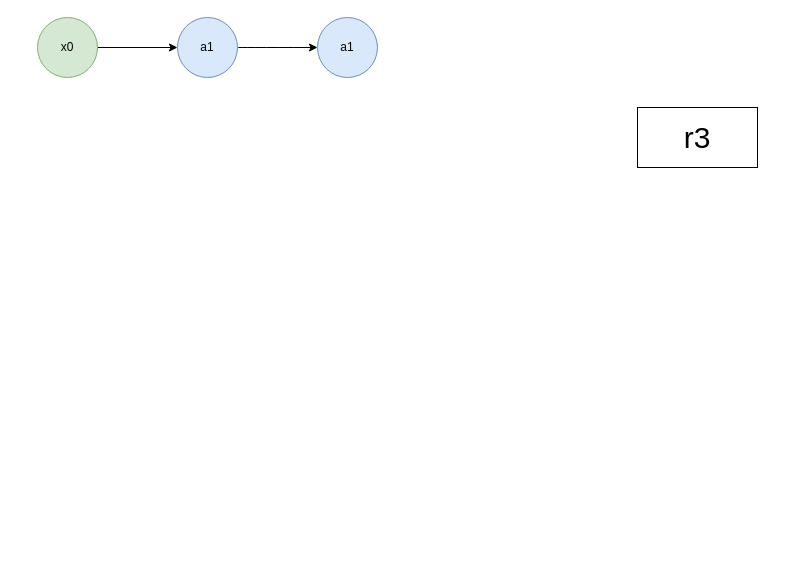
DocAmaroo/M1Aigle keeps this draw.io diagram as page "Page-3" (3 of 3) of HMIN103/td/td2/exo2.drawio. Above is the earlier version. Source tidied: cells renumbered, new cells numbered last; positions are measured from the earlier drawing's top-left corner, leaving out a move shared by most shapes. Both pictures are drawn from the tidied source at 100%, with x=0, y=0 at pixel (37, 17).
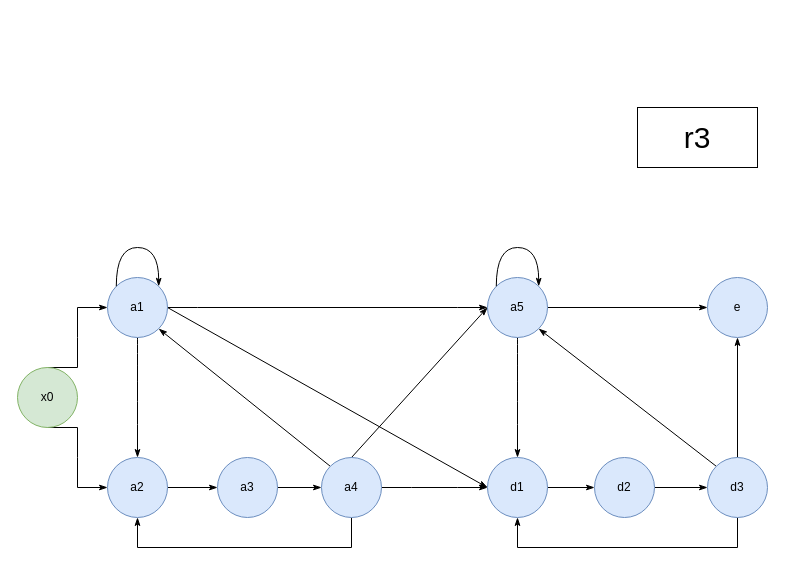
The same diagram, later.

What changed in the source:
```diff
@@
-    <mxCell id="2" style="edgeStyle=orthogonalEdgeStyle;rounded=0;jettySize=auto;html=1;" parent="1" edge="1" source="3" target="5">
-      <mxGeometry relative="1" as="geometry" />
-    </mxCell>
+    <mxCell id="6" value="&lt;font style=&quot;font-size: 30px&quot;&gt;r3&lt;/font&gt;" style="rounded=0;whiteSpace=wrap;html=1;" parent="1" vertex="1">
+      <mxGeometry x="600" y="90" width="120" height="60" as="geometry" />
+    </mxCell>
+    <mxCell id="8" style="edgeStyle=entityRelationEdgeStyle;rounded=0;jettySize=auto;html=1;exitX=0.5;exitY=0;exitDx=0;exitDy=0;entryX=0;entryY=0.5;entryDx=0;entryDy=0;startArrow=none;startFill=0;endArrow=classicThin;endFill=1;" parent="1" edge="1" source="3" target="13">
+      <mxGeometry relative="1" as="geometry" />
+    </mxCell>
+    <mxCell id="9" style="edgeStyle=entityRelationEdgeStyle;rounded=0;jettySize=auto;html=1;entryX=0;entryY=0.5;entryDx=0;entryDy=0;startArrow=none;startFill=0;endArrow=classicThin;endFill=1;exitX=0.5;exitY=1;exitDx=0;exitDy=0;" parent="1" edge="1" source="3" target="15">
+      <mxGeometry relative="1" as="geometry" />
+    </mxCell>
     <mxCell id="3" value="x0" style="ellipse;whiteSpace=wrap;html=1;fillColor=#d5e8d4;strokeColor=#82b366;" parent="1" vertex="1">
-      <mxGeometry width="60" height="60" as="geometry" />
+      <mxGeometry x="-20" y="350" width="60" height="60" as="geometry" />
     </mxCell>
-    <mxCell id="4" style="edgeStyle=orthogonalEdgeStyle;curved=1;rounded=0;jettySize=auto;html=1;" parent="1" edge="1" source="5" target="7">
-      <mxGeometry relative="1" as="geometry" />
-    </mxCell>
-    <mxCell id="5" value="a1" style="ellipse;whiteSpace=wrap;html=1;fillColor=#dae8fc;strokeColor=#6c8ebf;" parent="1" vertex="1">
-      <mxGeometry x="140" width="60" height="60" as="geometry" />
-    </mxCell>
-    <mxCell id="6" value="&lt;font style=&quot;font-size: 30px&quot;&gt;r3&lt;/font&gt;" style="rounded=0;whiteSpace=wrap;html=1;" parent="1" vertex="1">
-      <mxGeometry x="600" y="90" width="120" height="60" as="geometry" />
-    </mxCell>
-    <mxCell id="7" value="a1" style="ellipse;whiteSpace=wrap;html=1;fillColor=#dae8fc;strokeColor=#6c8ebf;" parent="1" vertex="1">
-      <mxGeometry x="280" width="60" height="60" as="geometry" />
-    </mxCell>
+    <mxCell id="10" style="edgeStyle=entityRelationEdgeStyle;rounded=0;jettySize=auto;html=1;exitX=1;exitY=0.5;exitDx=0;exitDy=0;entryX=0;entryY=0.5;entryDx=0;entryDy=0;startArrow=none;startFill=0;endArrow=classicThin;endFill=1;" parent="1" edge="1" source="13" target="25">
+      <mxGeometry relative="1" as="geometry" />
+    </mxCell>
+    <mxCell id="11" style="rounded=0;jettySize=auto;html=1;exitX=1;exitY=0.5;exitDx=0;exitDy=0;entryX=0;entryY=0.5;entryDx=0;entryDy=0;startArrow=none;startFill=0;endArrow=classicThin;endFill=1;" parent="1" edge="1" source="13" target="27">
+      <mxGeometry relative="1" as="geometry" />
+    </mxCell>
+    <mxCell id="12" style="edgeStyle=orthogonalEdgeStyle;curved=1;rounded=0;jettySize=auto;html=1;exitX=0.5;exitY=1;exitDx=0;exitDy=0;entryX=0.5;entryY=0;entryDx=0;entryDy=0;startArrow=none;startFill=0;endArrow=classicThin;endFill=1;" parent="1" edge="1" source="13" target="15">
+      <mxGeometry relative="1" as="geometry" />
+    </mxCell>
+    <mxCell id="13" value="a1" style="ellipse;whiteSpace=wrap;html=1;fillColor=#dae8fc;strokeColor=#6c8ebf;" parent="1" vertex="1">
+      <mxGeometry x="70" y="260" width="60" height="60" as="geometry" />
+    </mxCell>
+    <mxCell id="14" style="edgeStyle=entityRelationEdgeStyle;rounded=0;jettySize=auto;html=1;startArrow=none;startFill=0;endArrow=classicThin;endFill=1;" parent="1" edge="1" source="15" target="17">
+      <mxGeometry relative="1" as="geometry" />
+    </mxCell>
+    <mxCell id="15" value="a2" style="ellipse;whiteSpace=wrap;html=1;fillColor=#dae8fc;strokeColor=#6c8ebf;" parent="1" vertex="1">
+      <mxGeometry x="70" y="440" width="60" height="60" as="geometry" />
+    </mxCell>
+    <mxCell id="16" style="edgeStyle=entityRelationEdgeStyle;rounded=0;jettySize=auto;html=1;startArrow=none;startFill=0;endArrow=classicThin;endFill=1;" parent="1" edge="1" source="17" target="22">
+      <mxGeometry relative="1" as="geometry" />
+    </mxCell>
+    <mxCell id="17" value="a3" style="ellipse;whiteSpace=wrap;html=1;fillColor=#dae8fc;strokeColor=#6c8ebf;" parent="1" vertex="1">
+      <mxGeometry x="180" y="440" width="60" height="60" as="geometry" />
+    </mxCell>
+    <mxCell id="18" style="edgeStyle=entityRelationEdgeStyle;rounded=0;jettySize=auto;html=1;startArrow=none;startFill=0;endArrow=classicThin;endFill=1;" parent="1" edge="1" source="22" target="27">
+      <mxGeometry relative="1" as="geometry" />
+    </mxCell>
+    <mxCell id="19" style="rounded=0;jettySize=auto;html=1;exitX=0.5;exitY=0;exitDx=0;exitDy=0;entryX=0;entryY=0.5;entryDx=0;entryDy=0;startArrow=none;startFill=0;endArrow=classicThin;endFill=1;" parent="1" edge="1" source="22" target="25">
+      <mxGeometry relative="1" as="geometry" />
+    </mxCell>
+    <mxCell id="20" style="edgeStyle=orthogonalEdgeStyle;rounded=0;jettySize=auto;html=1;exitX=0.5;exitY=1;exitDx=0;exitDy=0;entryX=0.5;entryY=1;entryDx=0;entryDy=0;startArrow=none;startFill=0;endArrow=classicThin;endFill=1;" parent="1" edge="1" source="22" target="15">
+      <mxGeometry relative="1" as="geometry">
+        <Array as="points">
+          <mxPoint x="314" y="530" />
+          <mxPoint x="100" y="530" />
+        </Array>
+      </mxGeometry>
+    </mxCell>
+    <mxCell id="21" style="rounded=0;jettySize=auto;html=1;exitX=0;exitY=0;exitDx=0;exitDy=0;entryX=1;entryY=1;entryDx=0;entryDy=0;startArrow=none;startFill=0;endArrow=classicThin;endFill=1;" parent="1" edge="1" source="22" target="13">
+      <mxGeometry relative="1" as="geometry" />
+    </mxCell>
+    <mxCell id="22" value="a4" style="ellipse;whiteSpace=wrap;html=1;fillColor=#dae8fc;strokeColor=#6c8ebf;" parent="1" vertex="1">
+      <mxGeometry x="284" y="440" width="60" height="60" as="geometry" />
+    </mxCell>
+    <mxCell id="23" style="edgeStyle=none;rounded=0;jettySize=auto;html=1;exitX=1;exitY=0.5;exitDx=0;exitDy=0;entryX=0;entryY=0.5;entryDx=0;entryDy=0;startArrow=none;startFill=0;endArrow=classicThin;endFill=1;" parent="1" edge="1" source="25" target="34">
+      <mxGeometry relative="1" as="geometry" />
+    </mxCell>
+    <mxCell id="24" style="edgeStyle=orthogonalEdgeStyle;curved=1;rounded=0;jettySize=auto;html=1;exitX=0.5;exitY=1;exitDx=0;exitDy=0;entryX=0.5;entryY=0;entryDx=0;entryDy=0;startArrow=none;startFill=0;endArrow=classicThin;endFill=1;" parent="1" edge="1" source="25" target="27">
+      <mxGeometry relative="1" as="geometry" />
+    </mxCell>
+    <mxCell id="25" value="a5" style="ellipse;whiteSpace=wrap;html=1;fillColor=#dae8fc;strokeColor=#6c8ebf;" parent="1" vertex="1">
+      <mxGeometry x="450" y="260" width="60" height="60" as="geometry" />
+    </mxCell>
+    <mxCell id="26" style="edgeStyle=entityRelationEdgeStyle;rounded=0;jettySize=auto;html=1;startArrow=none;startFill=0;endArrow=classicThin;endFill=1;" parent="1" edge="1" source="27" target="29">
+      <mxGeometry relative="1" as="geometry" />
+    </mxCell>
+    <mxCell id="27" value="d1" style="ellipse;whiteSpace=wrap;html=1;fillColor=#dae8fc;strokeColor=#6c8ebf;" parent="1" vertex="1">
+      <mxGeometry x="450" y="440" width="60" height="60" as="geometry" />
+    </mxCell>
+    <mxCell id="28" style="edgeStyle=entityRelationEdgeStyle;rounded=0;jettySize=auto;html=1;startArrow=none;startFill=0;endArrow=classicThin;endFill=1;" parent="1" edge="1" source="29" target="33">
+      <mxGeometry relative="1" as="geometry" />
+    </mxCell>
+    <mxCell id="29" value="d2" style="ellipse;whiteSpace=wrap;html=1;fillColor=#dae8fc;strokeColor=#6c8ebf;" parent="1" vertex="1">
+      <mxGeometry x="557" y="440" width="60" height="60" as="geometry" />
+    </mxCell>
+    <mxCell id="30" style="edgeStyle=none;rounded=0;jettySize=auto;html=1;exitX=0.5;exitY=0;exitDx=0;exitDy=0;entryX=0.5;entryY=1;entryDx=0;entryDy=0;startArrow=none;startFill=0;endArrow=classicThin;endFill=1;" parent="1" edge="1" source="33" target="34">
+      <mxGeometry relative="1" as="geometry" />
+    </mxCell>
+    <mxCell id="31" style="edgeStyle=none;rounded=0;jettySize=auto;html=1;exitX=0;exitY=0;exitDx=0;exitDy=0;entryX=1;entryY=1;entryDx=0;entryDy=0;startArrow=none;startFill=0;endArrow=classicThin;endFill=1;" parent="1" edge="1" source="33" target="25">
+      <mxGeometry relative="1" as="geometry" />
+    </mxCell>
+    <mxCell id="32" style="edgeStyle=orthogonalEdgeStyle;rounded=0;jettySize=auto;html=1;exitX=0.5;exitY=1;exitDx=0;exitDy=0;entryX=0.5;entryY=1;entryDx=0;entryDy=0;startArrow=none;startFill=0;endArrow=classicThin;endFill=1;" parent="1" edge="1" source="33" target="27">
+      <mxGeometry relative="1" as="geometry">
+        <Array as="points">
+          <mxPoint x="700" y="530" />
+          <mxPoint x="480" y="530" />
+        </Array>
+      </mxGeometry>
+    </mxCell>
+    <mxCell id="33" value="d3" style="ellipse;whiteSpace=wrap;html=1;fillColor=#dae8fc;strokeColor=#6c8ebf;" parent="1" vertex="1">
+      <mxGeometry x="670" y="440" width="60" height="60" as="geometry" />
+    </mxCell>
+    <mxCell id="34" value="e" style="ellipse;whiteSpace=wrap;html=1;fillColor=#dae8fc;strokeColor=#6c8ebf;" parent="1" vertex="1">
+      <mxGeometry x="670" y="260" width="60" height="60" as="geometry" />
+    </mxCell>
+    <mxCell id="35" style="edgeStyle=orthogonalEdgeStyle;rounded=0;orthogonalLoop=1;jettySize=auto;html=1;exitX=0;exitY=0;exitDx=0;exitDy=0;entryX=1;entryY=0;entryDx=0;entryDy=0;startArrow=none;startFill=0;endArrow=classicThin;endFill=1;curved=1;" parent="1" edge="1" source="25" target="25">
+      <mxGeometry relative="1" as="geometry">
+        <Array as="points">
+          <mxPoint x="459" y="230" />
+          <mxPoint x="501" y="230" />
+        </Array>
+      </mxGeometry>
+    </mxCell>
+    <mxCell id="36" style="edgeStyle=orthogonalEdgeStyle;rounded=0;orthogonalLoop=1;jettySize=auto;html=1;exitX=0;exitY=0;exitDx=0;exitDy=0;entryX=1;entryY=0;entryDx=0;entryDy=0;startArrow=none;startFill=0;endArrow=classicThin;endFill=1;curved=1;" parent="1" edge="1" source="13" target="13">
+      <mxGeometry relative="1" as="geometry">
+        <Array as="points">
+          <mxPoint x="79" y="230" />
+          <mxPoint x="121" y="230" />
+        </Array>
+      </mxGeometry>
+    </mxCell>
```
